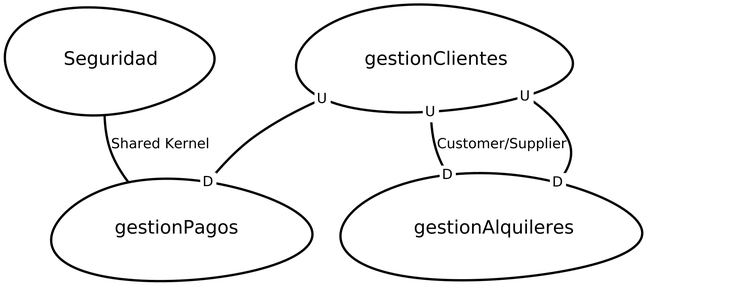
Before: src-gen/AlquilerVehiculos_ContextMap.png, a diagram exported from Graphviz (Edwardmoya27/SWIIIMoyaAlquiler). Its source is kept beside it as src-gen/AlquilerVehiculos_ContextMap.gv. Source of this version:
```dot
digraph "ContextMapGraph" {
graph ["imagepath"="/tmp/GraphvizJava"]
"Seguridad" ["margin"="0.3","orientation"="260","shape"="egg","fontsize"="16","style"="bold","label"="Seguridad\n","fontname"="sans-serif"]
"gestionPagos" ["margin"="0.3","orientation"="123","shape"="egg","fontsize"="16","style"="bold","label"="gestionPagos\n","fontname"="sans-serif"]
"gestionAlquileres" ["margin"="0.3","orientation"="98","shape"="egg","fontsize"="16","style"="bold","label"="gestionAlquileres\n","fontname"="sans-serif"]
"gestionClientes" ["margin"="0.3","orientation"="21","shape"="egg","fontsize"="16","style"="bold","label"="gestionClientes\n","fontname"="sans-serif"]
"Seguridad" -> "gestionPagos" ["fontsize"="12","style"="bold","label"="Shared Kernel","dir"="none","fontname"="sans-serif"]
"gestionClientes" -> "gestionAlquileres" ["headlabel"=<<table cellspacing="0" cellborder="0" border="0">
<tr><td bgcolor="white">D</td></tr>
</table>>,"labeldistance"="0","fontsize"="12","taillabel"=<<table cellspacing="0" cellborder="0" border="0">
<tr><td bgcolor="white">U</td></tr>
</table>>,"style"="bold","label"="Customer/Supplier","dir"="none","fontname"="sans-serif"]
"gestionClientes" -> "gestionPagos" ["headlabel"=<<table cellspacing="0" cellborder="0" border="0">
<tr><td bgcolor="white">D</td></tr>
</table>>,"labeldistance"="0","fontsize"="12","taillabel"=<<table cellspacing="0" cellborder="0" border="0">
<tr><td bgcolor="white">U</td></tr>
</table>>,"style"="bold","label"="                                        ","dir"="none","fontname"="sans-serif"]
"gestionClientes" -> "gestionAlquileres" ["headlabel"=<<table cellspacing="0" cellborder="0" border="0">
<tr><td bgcolor="white">D</td></tr>
</table>>,"labeldistance"="0","fontsize"="12","taillabel"=<<table cellspacing="0" cellborder="0" border="0">
<tr><td bgcolor="white">U</td></tr>
</table>>,"style"="bold","label"="                                        ","dir"="none","fontname"="sans-serif"]
}
```
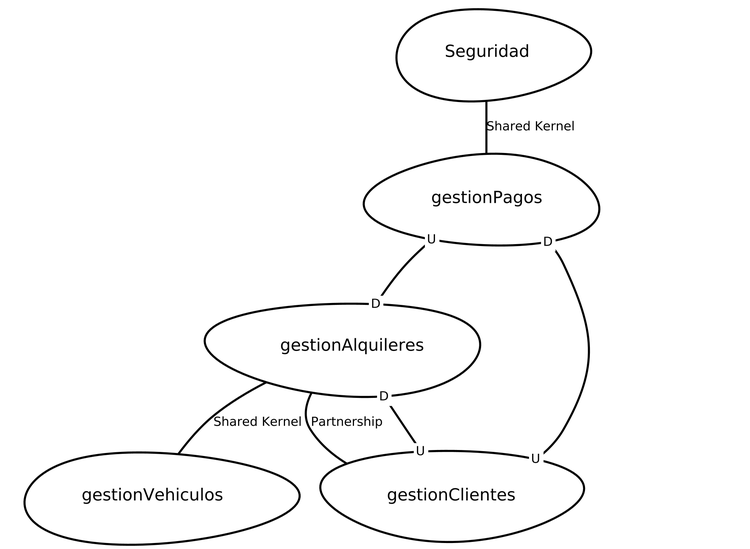
Above is the later version.

The edit, as a diff of the source:
```diff
@@ -1,23 +1,26 @@
 digraph "ContextMapGraph" {
 graph ["imagepath"="/tmp/GraphvizJava"]
-"Seguridad" ["margin"="0.3","orientation"="260","shape"="egg","fontsize"="16","style"="bold","label"="Seguridad\n","fontname"="sans-serif"]
-"gestionPagos" ["margin"="0.3","orientation"="123","shape"="egg","fontsize"="16","style"="bold","label"="gestionPagos\n","fontname"="sans-serif"]
-"gestionAlquileres" ["margin"="0.3","orientation"="98","shape"="egg","fontsize"="16","style"="bold","label"="gestionAlquileres\n","fontname"="sans-serif"]
-"gestionClientes" ["margin"="0.3","orientation"="21","shape"="egg","fontsize"="16","style"="bold","label"="gestionClientes\n","fontname"="sans-serif"]
+"Seguridad" ["margin"="0.3","orientation"="34","shape"="egg","fontsize"="16","style"="bold","label"="Seguridad\n","fontname"="sans-serif"]
+"gestionPagos" ["margin"="0.3","orientation"="79","shape"="egg","fontsize"="16","style"="bold","label"="gestionPagos\n","fontname"="sans-serif"]
+"gestionAlquileres" ["margin"="0.3","orientation"="29","shape"="egg","fontsize"="16","style"="bold","label"="gestionAlquileres\n","fontname"="sans-serif"]
+"gestionVehiculos" ["margin"="0.3","orientation"="122","shape"="egg","fontsize"="16","style"="bold","label"="gestionVehiculos\n","fontname"="sans-serif"]
+"gestionClientes" ["margin"="0.3","orientation"="49","shape"="egg","fontsize"="16","style"="bold","label"="gestionClientes\n","fontname"="sans-serif"]
 "Seguridad" -> "gestionPagos" ["fontsize"="12","style"="bold","label"="Shared Kernel","dir"="none","fontname"="sans-serif"]
+"gestionPagos" -> "gestionAlquileres" ["headlabel"=<<table cellspacing="0" cellborder="0" border="0">
+<tr><td bgcolor="white">D</td></tr>
+</table>>,"labeldistance"="0","fontsize"="12","taillabel"=<<table cellspacing="0" cellborder="0" border="0">
+<tr><td bgcolor="white">U</td></tr>
+</table>>,"style"="bold","label"="                                        ","dir"="none","fontname"="sans-serif"]
+"gestionAlquileres" -> "gestionVehiculos" ["fontsize"="12","style"="bold","label"="Shared Kernel","dir"="none","fontname"="sans-serif"]
+"gestionAlquileres" -> "gestionClientes" ["fontsize"="12","style"="bold","label"="Partnership","dir"="none","fontname"="sans-serif"]
 "gestionClientes" -> "gestionAlquileres" ["headlabel"=<<table cellspacing="0" cellborder="0" border="0">
 <tr><td bgcolor="white">D</td></tr>
 </table>>,"labeldistance"="0","fontsize"="12","taillabel"=<<table cellspacing="0" cellborder="0" border="0">
 <tr><td bgcolor="white">U</td></tr>
-</table>>,"style"="bold","label"="Customer/Supplier","dir"="none","fontname"="sans-serif"]
+</table>>,"style"="bold","label"="                                        ","dir"="none","fontname"="sans-serif"]
 "gestionClientes" -> "gestionPagos" ["headlabel"=<<table cellspacing="0" cellborder="0" border="0">
 <tr><td bgcolor="white">D</td></tr>
 </table>>,"labeldistance"="0","fontsize"="12","taillabel"=<<table cellspacing="0" cellborder="0" border="0">
 <tr><td bgcolor="white">U</td></tr>
 </table>>,"style"="bold","label"="                                        ","dir"="none","fontname"="sans-serif"]
-"gestionClientes" -> "gestionAlquileres" ["headlabel"=<<table cellspacing="0" cellborder="0" border="0">
-<tr><td bgcolor="white">D</td></tr>
-</table>>,"labeldistance"="0","fontsize"="12","taillabel"=<<table cellspacing="0" cellborder="0" border="0">
-<tr><td bgcolor="white">U</td></tr>
-</table>>,"style"="bold","label"="                                        ","dir"="none","fontname"="sans-serif"]
 }
```
